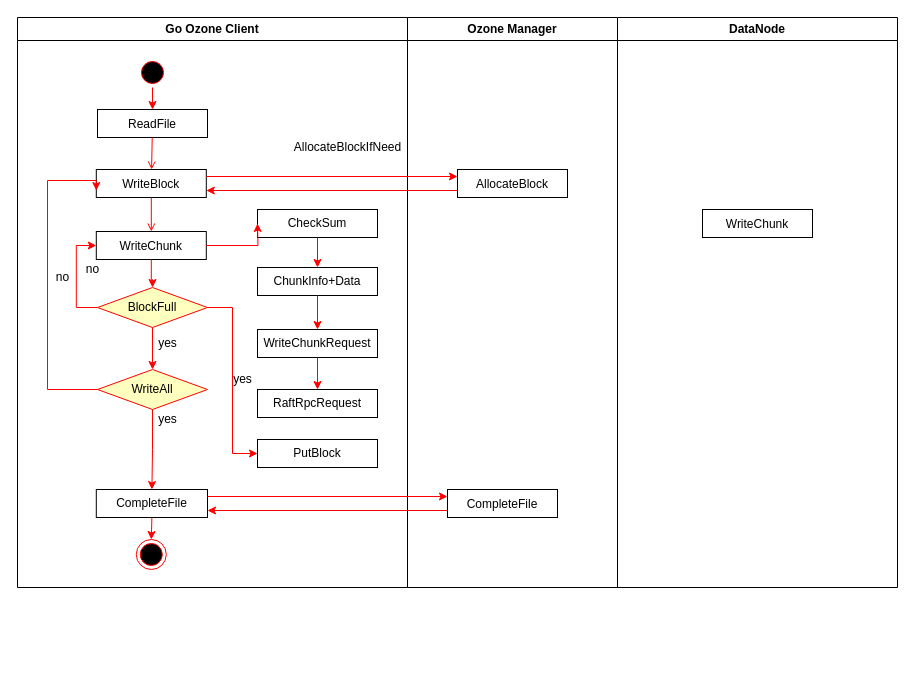
This is ozone/raftDiagram.drawio from Mengqi777/drawioproject, a draw.io file, before an edit. Source tidied: cells renumbered, new cells numbered last; positions are measured from the earlier drawing's top-left corner, leaving out a move shared by most shapes. Both pictures are drawn from the tidied source at 100%, with x=0, y=0 at pixel (17, 17).
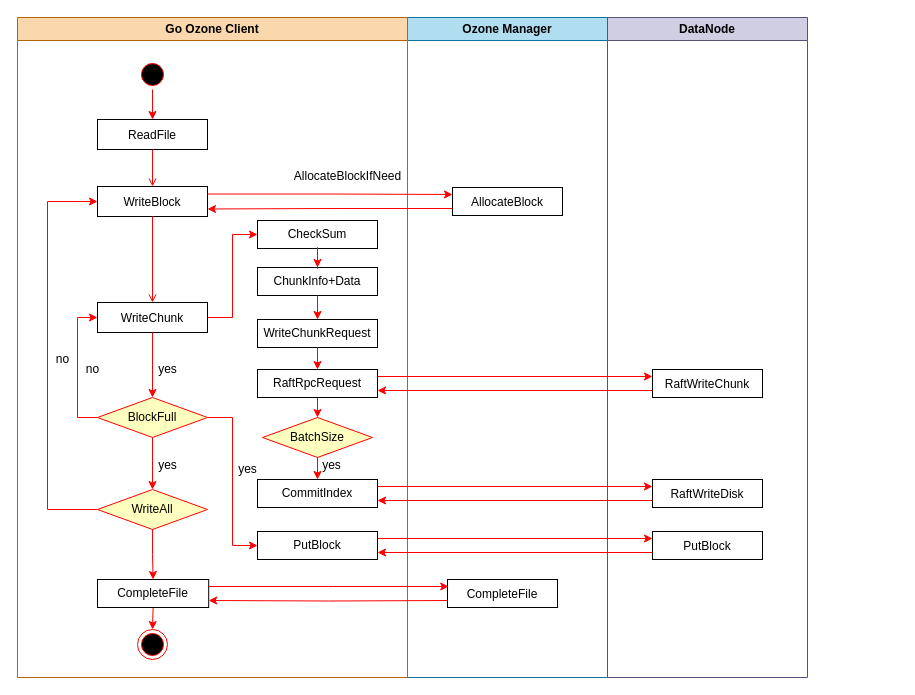
The same diagram, later.

The edit, as a diff of the source:
```diff
@@
-    <mxCell id="2" value="Ozone Manager" style="swimlane;whiteSpace=wrap;" parent="1" vertex="1">
-      <mxGeometry x="390" width="210" height="570" as="geometry" />
+    <mxCell id="2" value="Ozone Manager" style="swimlane;whiteSpace=wrap;fillColor=#b1ddf0;strokeColor=#10739e;" parent="1" vertex="1">
+      <mxGeometry x="390" width="200" height="660" as="geometry" />
     </mxCell>
     <mxCell id="3" value="AllocateBlock" parent="2" vertex="1">
-      <mxGeometry x="50" y="152" width="110" height="28" as="geometry" />
+      <mxGeometry x="45" y="170" width="110" height="28" as="geometry" />
     </mxCell>
-    <mxCell id="4" value="Go Ozone Client" style="swimlane;whiteSpace=wrap;" parent="2" vertex="1">
-      <mxGeometry x="-390" width="390" height="570" as="geometry" />
+    <mxCell id="4" value="Go Ozone Client" style="swimlane;whiteSpace=wrap;fillColor=#fad7ac;strokeColor=#b46504;" parent="2" vertex="1">
+      <mxGeometry x="-390" width="390" height="660" as="geometry" />
     </mxCell>
@@
     <mxCell id="6" style="ellipse;shape=startState;fillColor=#000000;strokeColor=#ff0000;" parent="4" vertex="1">
-      <mxGeometry x="120" y="40" width="30" height="30" as="geometry" />
+      <mxGeometry x="120" y="42" width="30" height="30" as="geometry" />
     </mxCell>
     <mxCell id="7" value="ReadFile" parent="4" vertex="1">
-      <mxGeometry x="80" y="92" width="110" height="28" as="geometry" />
+      <mxGeometry x="80" y="102" width="110" height="30" as="geometry" />
     </mxCell>
     <mxCell id="8" value="WriteBlock" parent="4" vertex="1">
-      <mxGeometry x="78.8" y="152" width="110" height="28" as="geometry" />
+      <mxGeometry x="80" y="169" width="110" height="30" as="geometry" />
     </mxCell>
@@
+    <mxCell id="45" style="edgeStyle=orthogonalEdgeStyle;rounded=0;jettySize=auto;html=1;exitX=1;exitY=0.5;exitDx=0;exitDy=0;entryX=0;entryY=0.5;entryDx=0;entryDy=0;strokeColor=#FF0000;" parent="4" edge="1" source="10" target="27">
+      <mxGeometry relative="1" as="geometry" />
+    </mxCell>
     <mxCell id="10" value="WriteChunk" parent="4" vertex="1">
-      <mxGeometry x="78.8" y="214" width="110" height="28" as="geometry" />
+      <mxGeometry x="80" y="285" width="110" height="30" as="geometry" />
     </mxCell>
@@
     <mxCell id="14" value="BlockFull" style="rhombus;whiteSpace=wrap;html=1;strokeColor=#FF0000;fillColor=#FFFFC0;" parent="4" vertex="1">
-      <mxGeometry x="80" y="270" width="110" height="40" as="geometry" />
+      <mxGeometry x="80" y="380" width="110" height="40" as="geometry" />
     </mxCell>
@@
     <mxCell id="16" value="AllocateBlockIfNeed" style="text;html=1;align=center;verticalAlign=middle;" parent="4" vertex="1">
-      <mxGeometry x="270" y="120" width="120" height="20" as="geometry" />
+      <mxGeometry x="270" y="149" width="120" height="20" as="geometry" />
     </mxCell>
-    <mxCell id="17" style="edgeStyle=orthogonalEdgeStyle;rounded=0;jettySize=auto;html=1;exitX=0;exitY=0.5;exitDx=0;exitDy=0;entryX=0;entryY=0.75;entryDx=0;entryDy=0;strokeColor=#FF0000;" parent="4" edge="1" source="18" target="8">
+    <mxCell id="17" style="edgeStyle=orthogonalEdgeStyle;rounded=0;jettySize=auto;html=1;exitX=0;exitY=0.5;exitDx=0;exitDy=0;strokeColor=#FF0000;" parent="4" edge="1" source="18">
       <mxGeometry relative="1" as="geometry">
+        <mxPoint x="80" y="184" as="targetPoint" />
         <Array as="points">
-          <mxPoint x="30" y="372" />
-          <mxPoint x="30" y="163" />
+          <mxPoint x="30" y="492" />
+          <mxPoint x="30" y="184" />
+          <mxPoint x="80" y="184" />
         </Array>
       </mxGeometry>
     </mxCell>
     <mxCell id="18" value="WriteAll" style="rhombus;whiteSpace=wrap;html=1;strokeColor=#FF0000;fillColor=#FFFFC0;" parent="4" vertex="1">
-      <mxGeometry x="80" y="352" width="110" height="40" as="geometry" />
+      <mxGeometry x="80" y="472" width="110" height="40" as="geometry" />
     </mxCell>
     <mxCell id="19" value="yes" style="text;html=1;align=center;verticalAlign=middle;" parent="4" vertex="1">
-      <mxGeometry x="135" y="316" width="30" height="20" as="geometry" />
+      <mxGeometry x="135" y="342" width="30" height="20" as="geometry" />
     </mxCell>
     <mxCell id="20" value="no" style="text;html=1;align=center;verticalAlign=middle;" parent="4" vertex="1">
-      <mxGeometry x="60" y="242" width="30" height="20" as="geometry" />
+      <mxGeometry x="60" y="342" width="30" height="20" as="geometry" />
     </mxCell>
@@
     <mxCell id="22" value="CompleteFile" style="whiteSpace=wrap;html=1;fillColor=#FFFFFF;" parent="4" vertex="1">
-      <mxGeometry x="78.8" y="472" width="111.2" height="28" as="geometry" />
+      <mxGeometry x="80" y="562" width="111.2" height="28" as="geometry" />
     </mxCell>
@@
     <mxCell id="24" value="no" style="text;html=1;align=center;verticalAlign=middle;" parent="4" vertex="1">
-      <mxGeometry x="30" y="250" width="30" height="20" as="geometry" />
+      <mxGeometry x="30" y="332" width="30" height="20" as="geometry" />
     </mxCell>
     <mxCell id="25" value="yes" style="text;html=1;align=center;verticalAlign=middle;" parent="4" vertex="1">
-      <mxGeometry x="135" y="392" width="30" height="20" as="geometry" />
+      <mxGeometry x="135" y="438" width="30" height="20" as="geometry" />
     </mxCell>
     <mxCell id="26" style="ellipse;html=1;shape=endState;fillColor=#000000;strokeColor=#ff0000;" parent="4" vertex="1">
-      <mxGeometry x="118.8" y="522" width="30" height="30" as="geometry" />
+      <mxGeometry x="120" y="612" width="30" height="30" as="geometry" />
     </mxCell>
     <mxCell id="27" value="CheckSum" style="rounded=0;whiteSpace=wrap;html=1;strokeColor=#000000;fillColor=#FFFFFF;" parent="4" vertex="1">
-      <mxGeometry x="240" y="192" width="120" height="28" as="geometry" />
+      <mxGeometry x="240" y="203" width="120" height="28" as="geometry" />
     </mxCell>
@@
     <mxCell id="30" value="WriteChunkRequest" style="rounded=0;whiteSpace=wrap;html=1;strokeColor=#000000;fillColor=#FFFFFF;" parent="4" vertex="1">
-      <mxGeometry x="240" y="312" width="120" height="28" as="geometry" />
+      <mxGeometry x="240" y="302" width="120" height="28" as="geometry" />
     </mxCell>
@@
     <mxCell id="32" value="PutBlock" style="rounded=0;whiteSpace=wrap;html=1;strokeColor=#000000;fillColor=#FFFFFF;" parent="4" vertex="1">
-      <mxGeometry x="240" y="422" width="120" height="28" as="geometry" />
+      <mxGeometry x="240" y="514" width="120" height="28" as="geometry" />
     </mxCell>
@@
     <mxCell id="34" value="yes" style="text;html=1;align=center;verticalAlign=middle;" parent="4" vertex="1">
-      <mxGeometry x="210" y="352" width="30" height="20" as="geometry" />
+      <mxGeometry x="215" y="442" width="30" height="20" as="geometry" />
     </mxCell>
+    <mxCell id="46" style="edgeStyle=orthogonalEdgeStyle;rounded=0;jettySize=auto;html=1;exitX=0.5;exitY=1;exitDx=0;exitDy=0;entryX=0.5;entryY=0;entryDx=0;entryDy=0;strokeColor=#FF0000;" parent="4" edge="1" source="35" target="47">
+      <mxGeometry relative="1" as="geometry" />
+    </mxCell>
     <mxCell id="35" value="RaftRpcRequest" style="rounded=0;whiteSpace=wrap;html=1;strokeColor=#000000;fillColor=#FFFFFF;" parent="4" vertex="1">
-      <mxGeometry x="240" y="372" width="120" height="28" as="geometry" />
+      <mxGeometry x="240" y="352" width="120" height="28" as="geometry" />
     </mxCell>
@@
+    <mxCell id="47" value="BatchSize" style="rhombus;whiteSpace=wrap;html=1;strokeColor=#FF0000;fillColor=#FFFFC0;" parent="4" vertex="1">
+      <mxGeometry x="245" y="400" width="110" height="40" as="geometry" />
+    </mxCell>
+    <mxCell id="48" value="CommitIndex" style="rounded=0;whiteSpace=wrap;html=1;strokeColor=#000000;fillColor=#FFFFFF;" parent="4" vertex="1">
+      <mxGeometry x="240" y="462" width="120" height="28" as="geometry" />
+    </mxCell>
+    <mxCell id="49" value="yes" style="text;html=1;align=center;verticalAlign=middle;" parent="4" vertex="1">
+      <mxGeometry x="299" y="438" width="30" height="20" as="geometry" />
+    </mxCell>
@@
-    <mxCell id="39" style="edgeStyle=orthogonalEdgeStyle;rounded=0;jettySize=auto;html=1;exitX=0;exitY=0.75;exitDx=0;exitDy=0;entryX=1;entryY=0.75;entryDx=0;entryDy=0;strokeColor=#FF0000;" parent="2" edge="1" source="40" target="22">
-      <mxGeometry relative="1" as="geometry" />
+    <mxCell id="39" style="edgeStyle=orthogonalEdgeStyle;rounded=0;jettySize=auto;html=1;exitX=0;exitY=0.75;exitDx=0;exitDy=0;entryX=1;entryY=0.75;entryDx=0;entryDy=0;strokeColor=#FF0000;" parent="2" edge="1" target="22">
+      <mxGeometry relative="1" as="geometry">
+        <mxPoint x="41.2" y="583" as="sourcePoint" />
+      </mxGeometry>
     </mxCell>
     <mxCell id="40" value="CompleteFile" parent="2" vertex="1">
-      <mxGeometry x="40" y="472" width="110" height="28" as="geometry" />
+      <mxGeometry x="40" y="562" width="110" height="28" as="geometry" />
     </mxCell>
-    <mxCell id="41" style="edgeStyle=orthogonalEdgeStyle;rounded=0;jettySize=auto;html=1;exitX=1;exitY=0.25;exitDx=0;exitDy=0;entryX=0;entryY=0.25;entryDx=0;entryDy=0;strokeColor=#FF0000;" parent="2" edge="1" source="22" target="40">
-      <mxGeometry relative="1" as="geometry" />
+    <mxCell id="41" style="edgeStyle=orthogonalEdgeStyle;rounded=0;jettySize=auto;html=1;exitX=1;exitY=0.25;exitDx=0;exitDy=0;entryX=0;entryY=0.25;entryDx=0;entryDy=0;strokeColor=#FF0000;" parent="2" edge="1" source="22">
+      <mxGeometry relative="1" as="geometry">
+        <mxPoint x="41.2" y="569" as="targetPoint" />
+      </mxGeometry>
     </mxCell>
-    <mxCell id="42" value="DataNode" style="swimlane;whiteSpace=wrap;" parent="1" vertex="1">
-      <mxGeometry x="600" width="280" height="570" as="geometry" />
+    <mxCell id="42" value="DataNode" style="swimlane;whiteSpace=wrap;fillColor=#d0cee2;strokeColor=#56517e;" parent="1" vertex="1">
+      <mxGeometry x="590" width="200" height="660" as="geometry" />
     </mxCell>
-    <mxCell id="43" value="WriteChunk" parent="42" vertex="1">
-      <mxGeometry x="85" y="192" width="110" height="28" as="geometry" />
+    <mxCell id="43" value="RaftWriteChunk" parent="42" vertex="1">
+      <mxGeometry x="45" y="352" width="110" height="28" as="geometry" />
     </mxCell>
-    <mxCell id="44" style="edgeStyle=orthogonalEdgeStyle;rounded=0;jettySize=auto;html=1;exitX=1;exitY=0.5;exitDx=0;exitDy=0;strokeColor=#FF0000;" parent="1" edge="1" source="10">
-      <mxGeometry relative="1" as="geometry">
-        <mxPoint x="240" y="206" as="targetPoint" />
-      </mxGeometry>
-    </mxCell>
+    <mxCell id="50" value="PutBlock" parent="42" vertex="1">
+      <mxGeometry x="45" y="514" width="110" height="28" as="geometry" />
+    </mxCell>
+    <mxCell id="51" value="RaftWriteDisk" parent="42" vertex="1">
+      <mxGeometry x="45" y="462" width="110" height="28" as="geometry" />
+    </mxCell>
+    <mxCell id="52" style="edgeStyle=orthogonalEdgeStyle;rounded=0;jettySize=auto;html=1;exitX=1;exitY=0.25;exitDx=0;exitDy=0;entryX=0;entryY=0.25;entryDx=0;entryDy=0;strokeColor=#FF0000;" parent="1" edge="1" source="35" target="43">
+      <mxGeometry relative="1" as="geometry" />
+    </mxCell>
+    <mxCell id="53" style="edgeStyle=orthogonalEdgeStyle;rounded=0;jettySize=auto;html=1;exitX=0;exitY=0.75;exitDx=0;exitDy=0;entryX=1;entryY=0.75;entryDx=0;entryDy=0;strokeColor=#FF0000;" parent="1" edge="1" source="43" target="35">
+      <mxGeometry relative="1" as="geometry" />
+    </mxCell>
+    <mxCell id="54" style="edgeStyle=orthogonalEdgeStyle;rounded=0;jettySize=auto;html=1;exitX=1;exitY=0.25;exitDx=0;exitDy=0;entryX=0;entryY=0.25;entryDx=0;entryDy=0;strokeColor=#FF0000;" parent="1" edge="1" source="32" target="50">
+      <mxGeometry relative="1" as="geometry" />
+    </mxCell>
+    <mxCell id="55" style="edgeStyle=orthogonalEdgeStyle;rounded=0;jettySize=auto;html=1;exitX=0;exitY=0.75;exitDx=0;exitDy=0;entryX=1;entryY=0.75;entryDx=0;entryDy=0;strokeColor=#FF0000;" parent="1" edge="1" source="50" target="32">
+      <mxGeometry relative="1" as="geometry" />
+    </mxCell>
+    <mxCell id="56" style="edgeStyle=orthogonalEdgeStyle;rounded=0;jettySize=auto;html=1;exitX=0.5;exitY=1;exitDx=0;exitDy=0;strokeColor=#FF0000;" parent="1" edge="1" source="47">
+      <mxGeometry relative="1" as="geometry">
+        <mxPoint x="300" y="462" as="targetPoint" />
+      </mxGeometry>
+    </mxCell>
+    <mxCell id="57" style="edgeStyle=orthogonalEdgeStyle;rounded=0;jettySize=auto;html=1;exitX=1;exitY=0.25;exitDx=0;exitDy=0;entryX=0;entryY=0.25;entryDx=0;entryDy=0;strokeColor=#FF0000;" parent="1" edge="1" source="48" target="51">
+      <mxGeometry relative="1" as="geometry" />
+    </mxCell>
+    <mxCell id="58" style="edgeStyle=orthogonalEdgeStyle;rounded=0;jettySize=auto;html=1;exitX=0;exitY=0.75;exitDx=0;exitDy=0;entryX=1;entryY=0.75;entryDx=0;entryDy=0;strokeColor=#FF0000;" parent="1" edge="1" source="51" target="48">
+      <mxGeometry relative="1" as="geometry" />
+    </mxCell>
```
